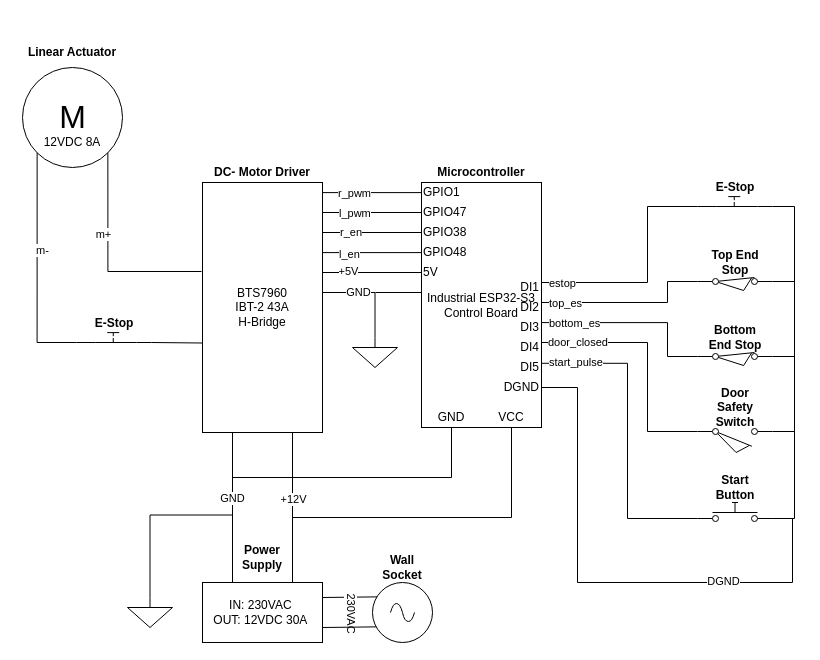
The draw.io diagram diagrams/electrical schematic Papppresse.drawio in niklasdathe/Papppresse, before the edit. Source tidied: cells renumbered, new cells numbered last; positions are measured from the earlier drawing's top-left corner, leaving out a move shared by most shapes. Both pictures are drawn from the tidied source at 100%, with x=0, y=0 at pixel (17, 37).
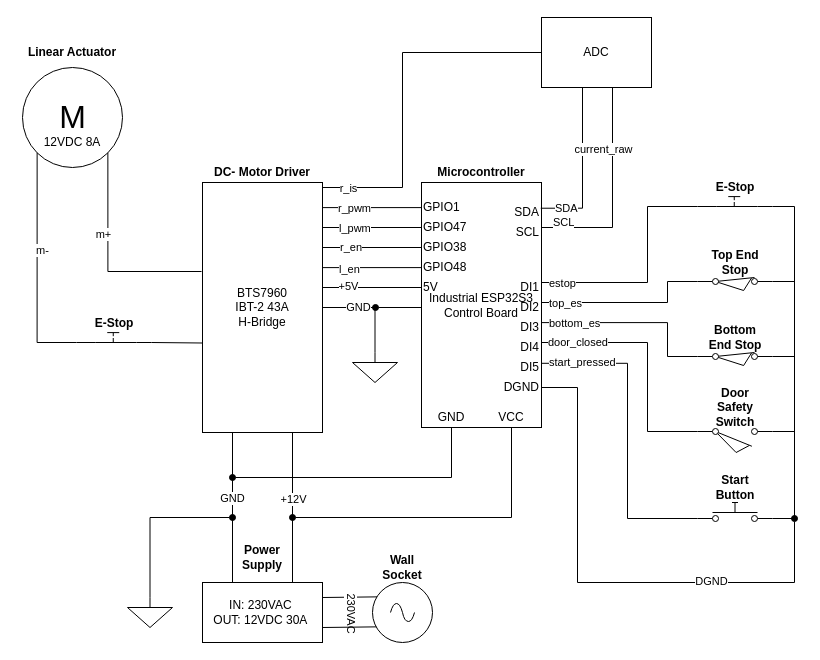
The same page after the edit.

Unchanged cells that the change refers to:
```xml
<mxCell id="16" value="BTS7960&lt;div&gt;IBT-2 43A &lt;br&gt;H-Bridge&lt;/div&gt;" style="rounded=0;whiteSpace=wrap;html=1;align=center;" parent="1" vertex="1">
  <mxGeometry x="185" y="145" width="120" height="250" as="geometry" />
</mxCell>
<mxCell id="22" style="verticalLabelPosition=bottom;shadow=0;dashed=0;align=center;html=1;verticalAlign=top;shape=mxgraph.electrical.signal_sources.signal_ground;" parent="1" vertex="1">
  <mxGeometry x="110" y="560" width="45" height="30" as="geometry" />
</mxCell>
<mxCell id="49" style="html=1;shape=mxgraph.electrical.electro-mechanical.pushbutton;elSwitchState=off;" parent="1" vertex="1">
  <mxGeometry x="680" y="465" width="75" height="20" as="geometry" />
</mxCell>
<mxCell id="63" style="edgeStyle=orthogonalEdgeStyle;rounded=0;jettySize=auto;html=1;exitX=0;exitY=0.8;exitDx=0;exitDy=0;entryX=0.999;entryY=0.35;entryDx=0;entryDy=0;entryPerimeter=0;endArrow=none;endFill=0;jumpStyle=arc;" parent="1" edge="1" source="49">
  <mxGeometry relative="1" as="geometry">
    <mxPoint x="523.9" y="325.8" as="targetPoint" />
    <Array as="points">
      <mxPoint x="610" y="481" />
      <mxPoint x="610" y="326" />
    </Array>
  </mxGeometry>
</mxCell>
<mxCell id="79" value="DGND" style="text;html=1;whiteSpace=wrap;strokeColor=none;fillColor=none;align=right;verticalAlign=middle;rounded=0;" parent="1" vertex="1">
  <mxGeometry x="464" y="335" width="60" height="30" as="geometry" />
</mxCell>
```

Diff of the diagram source:
```diff
@@
-    <mxCell id="6" style="edgeStyle=orthogonalEdgeStyle;rounded=0;jettySize=auto;html=1;exitX=1;exitY=0.25;exitDx=0;exitDy=0;endArrow=none;endFill=0;entryX=0.013;entryY=0.198;entryDx=0;entryDy=0;entryPerimeter=0;jumpStyle=arc;" parent="1" edge="1" target="40">
+    <mxCell id="6" style="edgeStyle=orthogonalEdgeStyle;rounded=0;orthogonalLoop=1;jettySize=auto;html=1;exitX=1;exitY=0.25;exitDx=0;exitDy=0;endArrow=none;endFill=0;entryX=0.013;entryY=0.198;entryDx=0;entryDy=0;entryPerimeter=0;jumpStyle=arc;" parent="1" edge="1">
       <mxGeometry relative="1" as="geometry">
-        <mxPoint x="305" y="215.1" as="sourcePoint" />
+        <mxPoint x="305" y="230.1" as="sourcePoint" />
+        <mxPoint x="405.6" y="208.5" as="targetPoint" />
         <Array as="points">
-          <mxPoint x="467" y="215" />
+          <mxPoint x="467" y="230" />
         </Array>
       </mxGeometry>
     </mxCell>
@@
-    <mxCell id="8" style="edgeStyle=orthogonalEdgeStyle;rounded=0;jettySize=auto;html=1;exitX=1;exitY=0.5;exitDx=0;exitDy=0;endArrow=none;endFill=0;entryX=0.007;entryY=0.075;entryDx=0;entryDy=0;entryPerimeter=0;jumpStyle=arc;" parent="1" edge="1" target="40">
+    <mxCell id="8" style="edgeStyle=orthogonalEdgeStyle;rounded=0;orthogonalLoop=1;jettySize=auto;html=1;exitX=1;exitY=0.5;exitDx=0;exitDy=0;endArrow=none;endFill=0;entryX=0.007;entryY=0.075;entryDx=0;entryDy=0;entryPerimeter=0;jumpStyle=arc;" parent="1" edge="1">
       <mxGeometry relative="1" as="geometry">
-        <mxPoint x="305" y="175" as="sourcePoint" />
+        <mxPoint x="305" y="190" as="sourcePoint" />
+        <mxPoint x="404.8" y="178.4" as="targetPoint" />
         <Array as="points">
-          <mxPoint x="466" y="175" />
+          <mxPoint x="466" y="190" />
         </Array>
       </mxGeometry>
     </mxCell>
@@
-    <mxCell id="10" style="edgeStyle=orthogonalEdgeStyle;rounded=0;jettySize=auto;html=1;exitX=1;exitY=0.75;exitDx=0;exitDy=0;endArrow=none;endFill=0;entryX=0.004;entryY=0.015;entryDx=0;entryDy=0;entryPerimeter=0;jumpStyle=arc;" parent="1" edge="1" target="40">
+    <mxCell id="10" style="edgeStyle=orthogonalEdgeStyle;rounded=0;orthogonalLoop=1;jettySize=auto;html=1;exitX=1;exitY=0.75;exitDx=0;exitDy=0;endArrow=none;endFill=0;entryX=0.004;entryY=0.015;entryDx=0;entryDy=0;entryPerimeter=0;jumpStyle=arc;" parent="1" edge="1">
       <mxGeometry relative="1" as="geometry">
-        <mxPoint x="300" y="155.1" as="sourcePoint" />
+        <mxPoint x="300" y="170.1" as="sourcePoint" />
+        <mxPoint x="404.5" y="163.7" as="targetPoint" />
         <Array as="points">
-          <mxPoint x="466" y="155" />
+          <mxPoint x="466" y="170" />
         </Array>
       </mxGeometry>
     </mxCell>
@@
-    <mxCell id="12" style="edgeStyle=orthogonalEdgeStyle;rounded=0;jettySize=auto;html=1;exitX=1;exitY=0.5;exitDx=0;exitDy=0;endArrow=none;endFill=0;entryX=0;entryY=0.258;entryDx=0;entryDy=0;entryPerimeter=0;jumpStyle=arc;" parent="1" edge="1" target="40">
+    <mxCell id="12" style="edgeStyle=orthogonalEdgeStyle;rounded=0;orthogonalLoop=1;jettySize=auto;html=1;exitX=1;exitY=0.5;exitDx=0;exitDy=0;endArrow=none;endFill=0;entryX=0;entryY=0.258;entryDx=0;entryDy=0;entryPerimeter=0;jumpStyle=arc;" parent="1" edge="1">
       <mxGeometry relative="1" as="geometry">
-        <mxPoint x="305" y="235" as="sourcePoint" />
+        <mxPoint x="305" y="250" as="sourcePoint" />
+        <mxPoint x="404" y="223.2" as="targetPoint" />
         <Array as="points">
-          <mxPoint x="465" y="235" />
+          <mxPoint x="465" y="250" />
         </Array>
       </mxGeometry>
     </mxCell>
@@
     <mxCell id="14" style="edgeStyle=orthogonalEdgeStyle;rounded=0;jettySize=auto;html=1;endArrow=none;endFill=0;entryX=0.5;entryY=0;entryDx=0;entryDy=0;entryPerimeter=0;jumpStyle=arc;" parent="1" edge="1" target="35">
       <mxGeometry relative="1" as="geometry">
-        <mxPoint x="305" y="255" as="sourcePoint" />
+        <mxPoint x="305" y="270" as="sourcePoint" />
         <Array as="points">
-          <mxPoint x="358" y="255" />
+          <mxPoint x="358" y="270" />
         </Array>
       </mxGeometry>
     </mxCell>
@@
-    <mxCell id="21" style="edgeStyle=orthogonalEdgeStyle;rounded=0;jettySize=auto;html=1;exitX=0.5;exitY=0;exitDx=0;exitDy=0;exitPerimeter=0;entryX=0.25;entryY=1;entryDx=0;entryDy=0;endArrow=none;endFill=0;jumpStyle=arc;" parent="1" edge="1" source="22" target="16">
-      <mxGeometry relative="1" as="geometry" />
+    <mxCell id="21" style="edgeStyle=orthogonalEdgeStyle;rounded=0;jettySize=auto;html=1;exitX=0.5;exitY=0;exitDx=0;exitDy=0;exitPerimeter=0;endArrow=oval;endFill=1;jumpStyle=arc;" parent="1" edge="1" source="22">
+      <mxGeometry relative="1" as="geometry">
+        <mxPoint x="215" y="480" as="targetPoint" />
+        <Array as="points">
+          <mxPoint x="133" y="480" />
+        </Array>
+      </mxGeometry>
     </mxCell>
@@
-    <mxCell id="33" style="edgeStyle=orthogonalEdgeStyle;rounded=0;jettySize=auto;html=1;exitX=1;exitY=0.25;exitDx=0;exitDy=0;endArrow=none;endFill=0;entryX=-0.002;entryY=0.185;entryDx=0;entryDy=0;entryPerimeter=0;jumpStyle=arc;" parent="1" edge="1" target="40">
+    <mxCell id="33" style="edgeStyle=orthogonalEdgeStyle;rounded=0;orthogonalLoop=1;jettySize=auto;html=1;exitX=1;exitY=0.25;exitDx=0;exitDy=0;endArrow=none;endFill=0;entryX=-0.002;entryY=0.185;entryDx=0;entryDy=0;entryPerimeter=0;jumpStyle=arc;" parent="1" edge="1">
       <mxGeometry relative="1" as="geometry">
-        <mxPoint x="305" y="195" as="sourcePoint" />
+        <mxPoint x="305" y="210" as="sourcePoint" />
+        <mxPoint x="403.8" y="205.3" as="targetPoint" />
         <Array as="points">
-          <mxPoint x="465" y="195" />
+          <mxPoint x="465" y="210" />
         </Array>
       </mxGeometry>
     </mxCell>
@@
     <mxCell id="35" style="verticalLabelPosition=bottom;shadow=0;dashed=0;align=center;html=1;verticalAlign=top;shape=mxgraph.electrical.signal_sources.signal_ground;" parent="1" vertex="1">
-      <mxGeometry x="335" y="300" width="45" height="30" as="geometry" />
+      <mxGeometry x="335" y="315" width="45" height="30" as="geometry" />
     </mxCell>
@@
-    <mxCell id="38" style="edgeStyle=orthogonalEdgeStyle;rounded=0;jettySize=auto;html=1;exitX=0.25;exitY=1;exitDx=0;exitDy=0;endArrow=none;endFill=0;" parent="1" edge="1" source="40">
+    <mxCell id="38" style="edgeStyle=orthogonalEdgeStyle;rounded=0;jettySize=auto;html=1;exitX=0.25;exitY=1;exitDx=0;exitDy=0;endArrow=oval;endFill=1;" parent="1" edge="1" source="40">
       <mxGeometry relative="1" as="geometry">
         <mxPoint x="215" y="440" as="targetPoint" />
         <Array as="points">
           <mxPoint x="434" y="440" />
         </Array>
       </mxGeometry>
     </mxCell>
-    <mxCell id="39" style="edgeStyle=orthogonalEdgeStyle;rounded=0;jettySize=auto;html=1;exitX=0.75;exitY=1;exitDx=0;exitDy=0;endArrow=none;endFill=0;" parent="1" edge="1" source="40">
+    <mxCell id="39" style="edgeStyle=orthogonalEdgeStyle;rounded=0;jettySize=auto;html=1;exitX=0.75;exitY=1;exitDx=0;exitDy=0;endArrow=oval;endFill=1;startArrow=none;startFill=0;" parent="1" edge="1" source="40">
       <mxGeometry relative="1" as="geometry">
-        <mxPoint x="275" y="500" as="targetPoint" />
+        <mxPoint x="275" y="480" as="targetPoint" />
         <Array as="points">
           <mxPoint x="494" y="480" />
           <mxPoint x="275" y="480" />
         </Array>
       </mxGeometry>
     </mxCell>
-    <mxCell id="40" value="Industrial ESP32-S3 Control Board" style="whiteSpace=wrap;html=1;" parent="1" vertex="1">
+    <mxCell id="40" value="Industrial ESP32S3 Control Board" style="whiteSpace=wrap;html=1;" parent="1" vertex="1">
       <mxGeometry x="404" y="145" width="120" height="245" as="geometry" />
     </mxCell>
@@
-    <mxCell id="47" style="edgeStyle=orthogonalEdgeStyle;rounded=0;jettySize=auto;html=1;exitX=1;exitY=0.8;exitDx=0;exitDy=0;entryX=1;entryY=0.5;entryDx=0;entryDy=0;endArrow=none;endFill=0;" parent="1" edge="1" source="49" target="79">
+    <mxCell id="47" style="edgeStyle=orthogonalEdgeStyle;rounded=0;jettySize=auto;html=1;entryX=1;entryY=0.5;entryDx=0;entryDy=0;endArrow=none;endFill=0;startArrow=oval;startFill=1;" parent="1" edge="1" target="79">
       <mxGeometry relative="1" as="geometry">
+        <mxPoint x="777" y="481" as="sourcePoint" />
         <Array as="points">
-          <mxPoint x="775" y="481" />
-          <mxPoint x="775" y="545" />
+          <mxPoint x="777" y="481" />
+          <mxPoint x="777" y="545" />
           <mxPoint x="560" y="545" />
           <mxPoint x="560" y="350" />
         </Array>
       </mxGeometry>
     </mxCell>
@@
-    <mxCell id="64" value="start_pulse" style="edgeLabel;html=1;align=left;verticalAlign=middle;" parent="63" vertex="1">
+    <mxCell id="64" value="start_pressed" style="edgeLabel;html=1;align=left;verticalAlign=middle;" parent="63" vertex="1">
       <mxGeometry x="0.83" y="-1" relative="1" as="geometry">
         <mxPoint x="-20" as="offset" />
       </mxGeometry>
     </mxCell>
@@
     <mxCell id="66" value="GPIO1" style="text;html=1;whiteSpace=wrap;strokeColor=none;fillColor=none;align=left;verticalAlign=middle;rounded=0;" parent="1" vertex="1">
-      <mxGeometry x="404" y="140" width="60" height="30" as="geometry" />
+      <mxGeometry x="404" y="155" width="60" height="30" as="geometry" />
     </mxCell>
     <mxCell id="67" value="GPIO47" style="text;html=1;whiteSpace=wrap;strokeColor=none;fillColor=none;align=left;verticalAlign=middle;rounded=0;" parent="1" vertex="1">
-      <mxGeometry x="404" y="160" width="60" height="30" as="geometry" />
+      <mxGeometry x="404" y="175" width="60" height="30" as="geometry" />
     </mxCell>
     <mxCell id="68" value="GPIO38" style="text;html=1;whiteSpace=wrap;strokeColor=none;fillColor=none;align=left;verticalAlign=middle;rounded=0;" parent="1" vertex="1">
-      <mxGeometry x="404" y="180" width="60" height="30" as="geometry" />
+      <mxGeometry x="404" y="195" width="60" height="30" as="geometry" />
     </mxCell>
     <mxCell id="69" value="GPIO48" style="text;html=1;whiteSpace=wrap;strokeColor=none;fillColor=none;align=left;verticalAlign=middle;rounded=0;" parent="1" vertex="1">
-      <mxGeometry x="404" y="200" width="60" height="30" as="geometry" />
+      <mxGeometry x="404" y="215" width="60" height="30" as="geometry" />
     </mxCell>
     <mxCell id="70" value="5V" style="text;html=1;whiteSpace=wrap;strokeColor=none;fillColor=none;align=left;verticalAlign=middle;rounded=0;" parent="1" vertex="1">
-      <mxGeometry x="404" y="220" width="60" height="30" as="geometry" />
+      <mxGeometry x="404" y="235" width="60" height="30" as="geometry" />
     </mxCell>
-    <mxCell id="71" style="edgeStyle=none;jettySize=auto;html=1;rounded=0;entryX=0.001;entryY=0.449;entryDx=0;entryDy=0;entryPerimeter=0;endArrow=none;endFill=0;jumpStyle=arc;" parent="1" edge="1" target="40">
+    <mxCell id="71" style="edgeStyle=none;orthogonalLoop=1;jettySize=auto;html=1;rounded=0;entryX=0.001;entryY=0.449;entryDx=0;entryDy=0;entryPerimeter=0;endArrow=none;endFill=0;jumpStyle=arc;startArrow=oval;startFill=1;" parent="1" edge="1">
       <mxGeometry relative="1" as="geometry">
-        <mxPoint x="358" y="255" as="sourcePoint" />
+        <mxPoint x="358" y="270" as="sourcePoint" />
+        <mxPoint x="404.1" y="270" as="targetPoint" />
       </mxGeometry>
     </mxCell>
@@
+    <mxCell id="84" style="edgeStyle=orthogonalEdgeStyle;rounded=0;jettySize=auto;html=1;entryX=0.994;entryY=0.105;entryDx=0;entryDy=0;endArrow=none;endFill=0;entryPerimeter=0;" parent="1" edge="1" source="89" target="40">
+      <mxGeometry relative="1" as="geometry">
+        <Array as="points">
+          <mxPoint x="565" y="170" />
+          <mxPoint x="523" y="170" />
+        </Array>
+      </mxGeometry>
+    </mxCell>
+    <mxCell id="85" value="SDA" style="edgeLabel;html=1;align=left;verticalAlign=middle;" parent="84" vertex="1">
+      <mxGeometry x="0.67" y="1" relative="1" as="geometry">
+        <mxPoint x="-14" y="-1" as="offset" />
+      </mxGeometry>
+    </mxCell>
+    <mxCell id="86" style="edgeStyle=orthogonalEdgeStyle;rounded=0;jettySize=auto;html=1;endArrow=none;endFill=0;" parent="1" edge="1" source="89">
+      <mxGeometry relative="1" as="geometry">
+        <mxPoint x="524" y="190" as="targetPoint" />
+        <Array as="points">
+          <mxPoint x="595" y="190" />
+          <mxPoint x="524" y="190" />
+        </Array>
+      </mxGeometry>
+    </mxCell>
+    <mxCell id="87" value="SCL" style="edgeLabel;html=1;align=left;verticalAlign=middle;" parent="86" vertex="1">
+      <mxGeometry x="0.82" y="-2" relative="1" as="geometry">
+        <mxPoint x="-9" y="-4" as="offset" />
+      </mxGeometry>
+    </mxCell>
+    <mxCell id="88" value="current_raw" style="edgeLabel;html=1;align=center;verticalAlign=middle;" parent="86" vertex="1">
+      <mxGeometry x="-0.42" relative="1" as="geometry">
+        <mxPoint x="-10" as="offset" />
+      </mxGeometry>
+    </mxCell>
+    <mxCell id="89" value="ADC" style="whiteSpace=wrap;html=1;" parent="1" vertex="1">
+      <mxGeometry x="524" y="-20" width="110" height="70" as="geometry" />
+    </mxCell>
+    <mxCell id="90" value="SCL" style="text;html=1;whiteSpace=wrap;strokeColor=none;fillColor=none;align=right;verticalAlign=middle;rounded=0;" parent="1" vertex="1">
+      <mxGeometry x="464" y="180" width="60" height="30" as="geometry" />
+    </mxCell>
+    <mxCell id="91" value="SDA" style="text;html=1;whiteSpace=wrap;strokeColor=none;fillColor=none;align=right;verticalAlign=middle;rounded=0;" parent="1" vertex="1">
+      <mxGeometry x="464" y="160" width="60" height="30" as="geometry" />
+    </mxCell>
+    <mxCell id="92" style="edgeStyle=orthogonalEdgeStyle;rounded=0;jettySize=auto;html=1;endArrow=none;endFill=0;" parent="1" edge="1" source="89">
+      <mxGeometry relative="1" as="geometry">
+        <mxPoint x="305" y="150" as="targetPoint" />
+        <Array as="points">
+          <mxPoint x="385" y="15" />
+          <mxPoint x="385" y="150" />
+        </Array>
+      </mxGeometry>
+    </mxCell>
+    <mxCell id="93" value="r_is" style="edgeLabel;html=1;align=center;verticalAlign=middle;" parent="92" vertex="1">
+      <mxGeometry x="0.86" relative="1" as="geometry" />
+    </mxCell>
```
